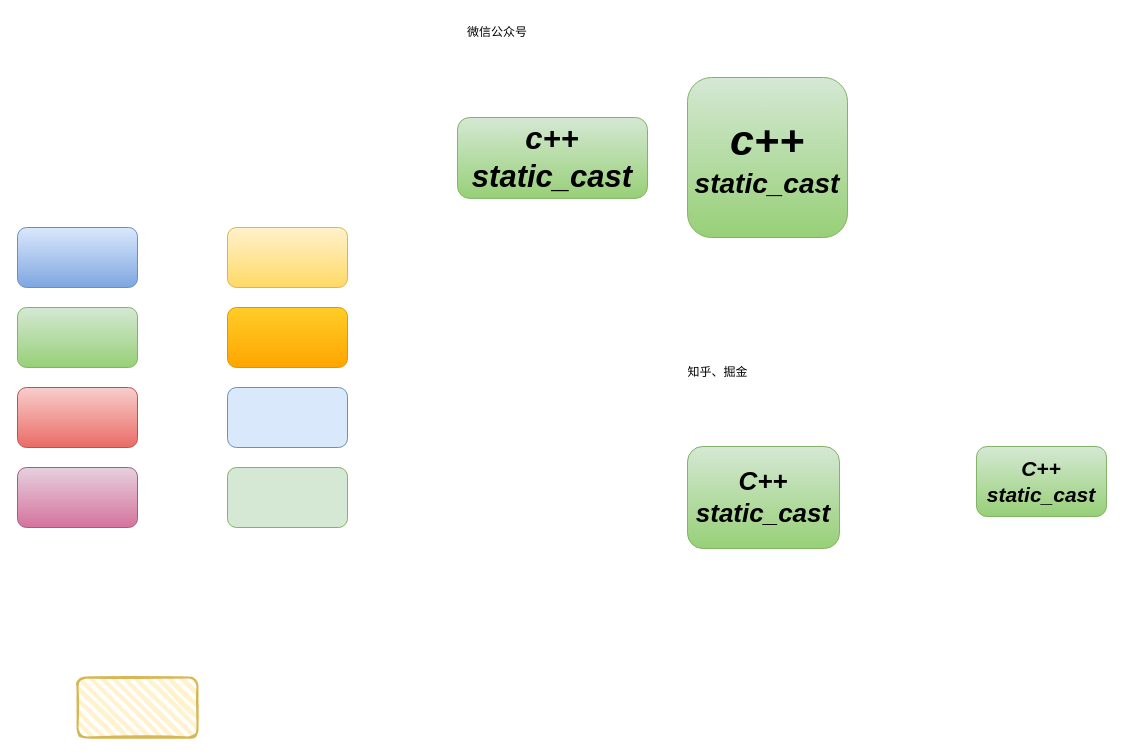
Earlier version of the draw.io diagram 测试.drawio (wangxiaokun/mypic). Source tidied: cells renumbered, new cells numbered last; positions are measured from the earlier drawing's top-left corner, leaving out a move shared by most shapes. Both pictures are drawn from the tidied source at 100%, with x=0, y=0 at pixel (17, 17).
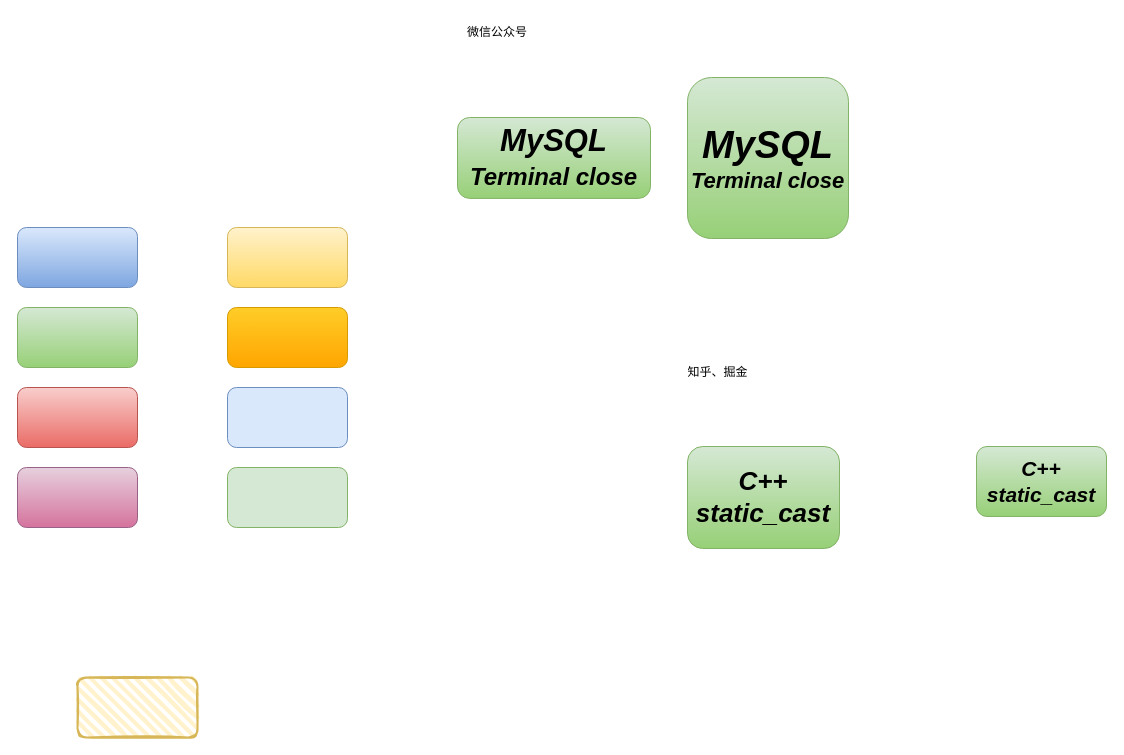
The same diagram, later.

The edit, as a diff of the source:
```diff
@@
 <mxGraphModel>
   <root>
     <mxCell id="0" />
     <mxCell id="1" parent="0" />
     <mxCell id="2" style="rounded=1;whiteSpace=wrap;html=1;fillColor=#dae8fc;gradientColor=#7ea6e0;strokeColor=#6c8ebf;" parent="1" vertex="1">
       <mxGeometry y="210" width="120" height="60" as="geometry" />
     </mxCell>
     <mxCell id="3" style="rounded=1;whiteSpace=wrap;html=1;fillColor=#fff2cc;gradientColor=#ffd966;strokeColor=#d6b656;" parent="1" vertex="1">
       <mxGeometry x="210" y="210" width="120" height="60" as="geometry" />
     </mxCell>
     <mxCell id="4" style="rounded=1;whiteSpace=wrap;html=1;fillColor=#d5e8d4;gradientColor=#97d077;strokeColor=#82b366;" parent="1" vertex="1">
       <mxGeometry y="290" width="120" height="60" as="geometry" />
     </mxCell>
     <mxCell id="5" style="rounded=1;whiteSpace=wrap;html=1;fillColor=#e6d0de;gradientColor=#d5739d;strokeColor=#996185;" parent="1" vertex="1">
       <mxGeometry y="450" width="120" height="60" as="geometry" />
     </mxCell>
     <mxCell id="6" style="rounded=1;whiteSpace=wrap;html=1;fillColor=#f8cecc;gradientColor=#ea6b66;strokeColor=#b85450;" parent="1" vertex="1">
       <mxGeometry y="370" width="120" height="60" as="geometry" />
     </mxCell>
     <mxCell id="7" style="rounded=1;whiteSpace=wrap;html=1;fillColor=#ffcd28;gradientColor=#ffa500;strokeColor=#d79b00;" parent="1" vertex="1">
       <mxGeometry x="210" y="290" width="120" height="60" as="geometry" />
     </mxCell>
     <mxCell id="8" style="rounded=1;whiteSpace=wrap;html=1;fillColor=#dae8fc;strokeColor=#6c8ebf;" parent="1" vertex="1">
       <mxGeometry x="210" y="370" width="120" height="60" as="geometry" />
     </mxCell>
     <mxCell id="9" style="rounded=1;whiteSpace=wrap;html=1;fillColor=#d5e8d4;strokeColor=#82b366;" parent="1" vertex="1">
       <mxGeometry x="210" y="450" width="120" height="60" as="geometry" />
     </mxCell>
     <mxCell id="10" style="rounded=1;whiteSpace=wrap;html=1;strokeWidth=2;fillWeight=4;hachureGap=8;hachureAngle=45;fillColor=#fff2cc;sketch=1;strokeColor=#d6b656;" parent="1" vertex="1">
       <mxGeometry x="60" y="660" width="120" height="60" as="geometry" />
     </mxCell>
-    <mxCell id="11" value="&lt;font style=&quot;font-size: 31px;&quot;&gt;c++&lt;/font&gt;&lt;div&gt;&lt;font style=&quot;font-size: 31px;&quot;&gt;static_cast&lt;/font&gt;&lt;/div&gt;" style="rounded=1;whiteSpace=wrap;html=1;fillColor=#d5e8d4;gradientColor=#97d077;strokeColor=#82b366;fontStyle=3;fontSize=28;" parent="1" vertex="1">
-      <mxGeometry x="440" y="100" width="190" height="80.9" as="geometry" />
+    <mxCell id="11" value="&lt;div&gt;&lt;font style=&quot;&quot;&gt;&lt;span style=&quot;font-size: 31px;&quot;&gt;MySQL&lt;/span&gt;&lt;br&gt;&lt;font style=&quot;font-size: 24px;&quot;&gt;Terminal close&lt;/font&gt;&lt;/font&gt;&lt;/div&gt;" style="rounded=1;whiteSpace=wrap;html=1;fillColor=#d5e8d4;gradientColor=#97d077;strokeColor=#82b366;fontStyle=3;fontSize=28;" parent="1" vertex="1">
+      <mxGeometry x="440" y="100" width="193" height="80.9" as="geometry" />
     </mxCell>
-    <mxCell id="12" value="&lt;i&gt;&lt;b&gt;&lt;font style=&quot;font-size: 43px;&quot;&gt;c++&lt;/font&gt;&lt;/b&gt;&lt;/i&gt;&lt;div&gt;&lt;i&gt;&lt;b&gt;&lt;font style=&quot;font-size: 28px;&quot;&gt;static_cast&lt;/font&gt;&lt;/b&gt;&lt;/i&gt;&lt;/div&gt;" style="rounded=1;whiteSpace=wrap;html=1;fillColor=#d5e8d4;gradientColor=#97d077;strokeColor=#82b366;" parent="1" vertex="1">
-      <mxGeometry x="670" y="60" width="160" height="160" as="geometry" />
+    <mxCell id="12" value="&lt;i&gt;&lt;b&gt;&lt;font style=&quot;font-size: 38px;&quot;&gt;MySQL&lt;/font&gt;&lt;/b&gt;&lt;/i&gt;&lt;div&gt;&lt;i&gt;&lt;b&gt;&lt;font style=&quot;font-size: 22px;&quot;&gt;Terminal close&lt;/font&gt;&lt;/b&gt;&lt;/i&gt;&lt;/div&gt;" style="rounded=1;whiteSpace=wrap;html=1;fillColor=#d5e8d4;gradientColor=#97d077;strokeColor=#82b366;" parent="1" vertex="1">
+      <mxGeometry x="670" y="60" width="161" height="161" as="geometry" />
     </mxCell>
     <mxCell id="13" value="C++&lt;div&gt;static_cast&lt;/div&gt;" style="rounded=1;whiteSpace=wrap;html=1;fillColor=#d5e8d4;gradientColor=#97d077;strokeColor=#82b366;fontStyle=3;fontSize=26;" parent="1" vertex="1">
       <mxGeometry x="670" y="429" width="152" height="102" as="geometry" />
     </mxCell>
     <mxCell id="14" value="微信公众号" style="text;html=1;whiteSpace=wrap;strokeColor=none;fillColor=none;align=center;verticalAlign=middle;rounded=0;" parent="1" vertex="1">
       <mxGeometry x="430" width="100" height="30" as="geometry" />
     </mxCell>
     <mxCell id="15" value="知乎、掘金" style="text;html=1;whiteSpace=wrap;strokeColor=none;fillColor=none;align=center;verticalAlign=middle;rounded=0;" parent="1" vertex="1">
       <mxGeometry x="650" y="340" width="101" height="30" as="geometry" />
     </mxCell>
     <mxCell id="16" value="C++&lt;br&gt;&lt;div&gt;static_cast&lt;/div&gt;" style="rounded=1;whiteSpace=wrap;html=1;fillColor=#d5e8d4;gradientColor=#97d077;strokeColor=#82b366;fontStyle=3;fontSize=21;" parent="1" vertex="1">
       <mxGeometry x="959" y="429" width="130" height="70" as="geometry" />
     </mxCell>
   </root>
 </mxGraphModel>
```
